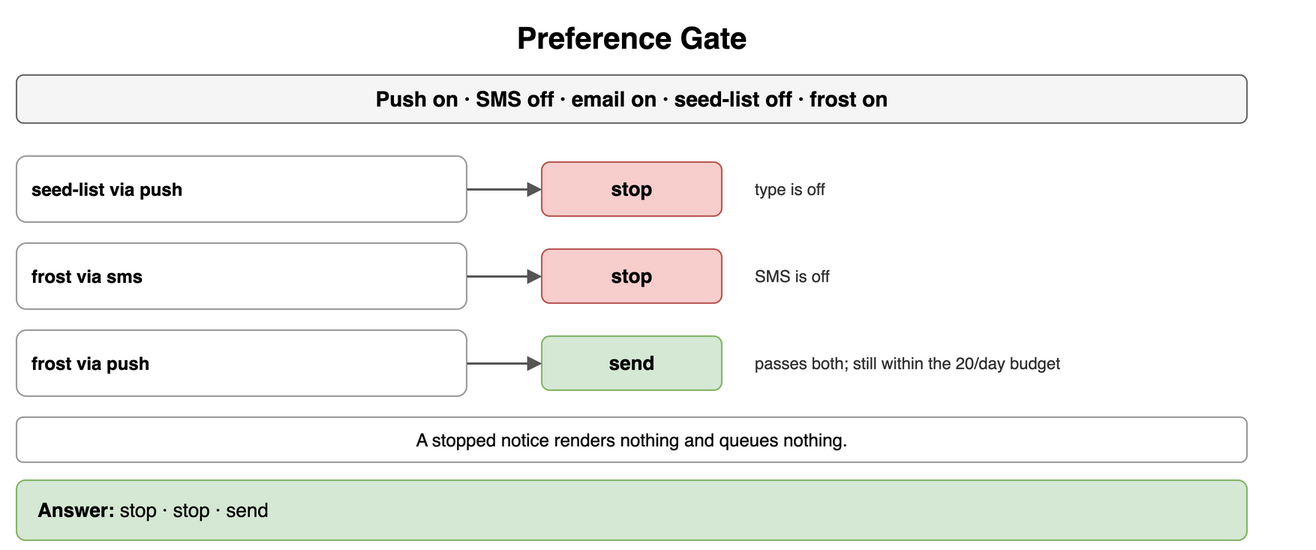
Above: content/09_System_Design_Interview/21_Real_Time_and_Notification_Systems/diagrams/notifications-drills-2-preference-gate.png in amendez13/swe-study-guide (draw.io), before the change. Source tidied: cells renumbered, new cells last; positions are measured from the earlier drawing's top-left corner, leaving out a move shared by most shapes. Its diagram source:
```xml
<mxGraphModel>
  <root>
    <mxCell id="0" />
    <mxCell id="1" parent="0" />
    <mxCell id="2" value="Preference Gate" style="text;html=1;align=center;verticalAlign=middle;whiteSpace=wrap;fontSize=20;fontStyle=1;" parent="1" vertex="1">
      <mxGeometry width="820" height="30" as="geometry" />
    </mxCell>
    <mxCell id="3" value="Push on · SMS off · email on · seed-list off · frost on" style="rounded=1;whiteSpace=wrap;html=1;fillColor=#f5f5f5;strokeColor=#666666;fontStyle=1;fontSize=14;" parent="1" vertex="1">
      <mxGeometry y="40" width="820" height="32" as="geometry" />
    </mxCell>
    <mxCell id="4" value="seed-list via push" style="rounded=1;whiteSpace=wrap;html=1;fillColor=#ffffff;strokeColor=#999999;fontSize=12;align=left;fontStyle=1;spacingLeft=8;" parent="1" vertex="1">
      <mxGeometry y="94" width="300" height="44" as="geometry" />
    </mxCell>
    <mxCell id="5" value="stop" style="rounded=1;whiteSpace=wrap;html=1;fillColor=#f8cecc;strokeColor=#b85450;fontSize=13;align=center;fontStyle=1;" parent="1" vertex="1">
      <mxGeometry x="350" y="98" width="120" height="36" as="geometry" />
    </mxCell>
    <mxCell id="6" style="endArrow=block;endSize=6;html=1;strokeWidth=1.5;strokeColor=#555555;fontSize=11;labelBackgroundColor=#ffffff;" parent="1" edge="1" source="4" target="5">
      <mxGeometry relative="1" as="geometry" />
    </mxCell>
    <mxCell id="7" value="type is off" style="text;html=1;whiteSpace=wrap;fontSize=11;align=left;verticalAlign=middle;fontSize=11;fontColor=#333333;" parent="1" vertex="1">
      <mxGeometry x="490" y="94" width="370" height="44" as="geometry" />
    </mxCell>
    <mxCell id="8" value="frost via sms" style="rounded=1;whiteSpace=wrap;html=1;fillColor=#ffffff;strokeColor=#999999;fontSize=12;align=left;fontStyle=1;spacingLeft=8;" parent="1" vertex="1">
      <mxGeometry y="152" width="300" height="44" as="geometry" />
    </mxCell>
    <mxCell id="9" value="stop" style="rounded=1;whiteSpace=wrap;html=1;fillColor=#f8cecc;strokeColor=#b85450;fontSize=13;align=center;fontStyle=1;" parent="1" vertex="1">
      <mxGeometry x="350" y="156" width="120" height="36" as="geometry" />
    </mxCell>
    <mxCell id="10" style="endArrow=block;endSize=6;html=1;strokeWidth=1.5;strokeColor=#555555;fontSize=11;labelBackgroundColor=#ffffff;" parent="1" edge="1" source="8" target="9">
      <mxGeometry relative="1" as="geometry" />
    </mxCell>
    <mxCell id="11" value="SMS is off" style="text;html=1;whiteSpace=wrap;fontSize=11;align=left;verticalAlign=middle;fontSize=11;fontColor=#333333;" parent="1" vertex="1">
      <mxGeometry x="490" y="152" width="370" height="44" as="geometry" />
    </mxCell>
    <mxCell id="12" value="frost via push" style="rounded=1;whiteSpace=wrap;html=1;fillColor=#ffffff;strokeColor=#999999;fontSize=12;align=left;fontStyle=1;spacingLeft=8;" parent="1" vertex="1">
      <mxGeometry y="210" width="300" height="44" as="geometry" />
    </mxCell>
    <mxCell id="13" value="send" style="rounded=1;whiteSpace=wrap;html=1;fillColor=#d5e8d4;strokeColor=#82b366;fontSize=13;align=center;fontStyle=1;" parent="1" vertex="1">
      <mxGeometry x="350" y="214" width="120" height="36" as="geometry" />
    </mxCell>
    <mxCell id="14" style="endArrow=block;endSize=6;html=1;strokeWidth=1.5;strokeColor=#555555;fontSize=11;labelBackgroundColor=#ffffff;" parent="1" edge="1" source="12" target="13">
      <mxGeometry relative="1" as="geometry" />
    </mxCell>
    <mxCell id="15" value="passes both; still within the 20/day budget" style="text;html=1;whiteSpace=wrap;fontSize=11;align=left;verticalAlign=middle;fontSize=11;fontColor=#333333;" parent="1" vertex="1">
      <mxGeometry x="490" y="210" width="370" height="44" as="geometry" />
    </mxCell>
    <mxCell id="16" value="A stopped notice renders nothing and queues nothing." style="rounded=1;whiteSpace=wrap;html=1;fillColor=#ffffff;strokeColor=#999999;fontSize=12;align=center;" parent="1" vertex="1">
      <mxGeometry y="268" width="820" height="30" as="geometry" />
    </mxCell>
    <mxCell id="17" value="&lt;b&gt;Answer:&lt;/b&gt; stop · stop · send" style="rounded=1;whiteSpace=wrap;html=1;fillColor=#d5e8d4;strokeColor=#82b366;fontSize=13;align=left;spacingLeft=12;" parent="1" vertex="1">
      <mxGeometry y="310" width="820" height="40" as="geometry" />
    </mxCell>
  </root>
</mxGraphModel>
```
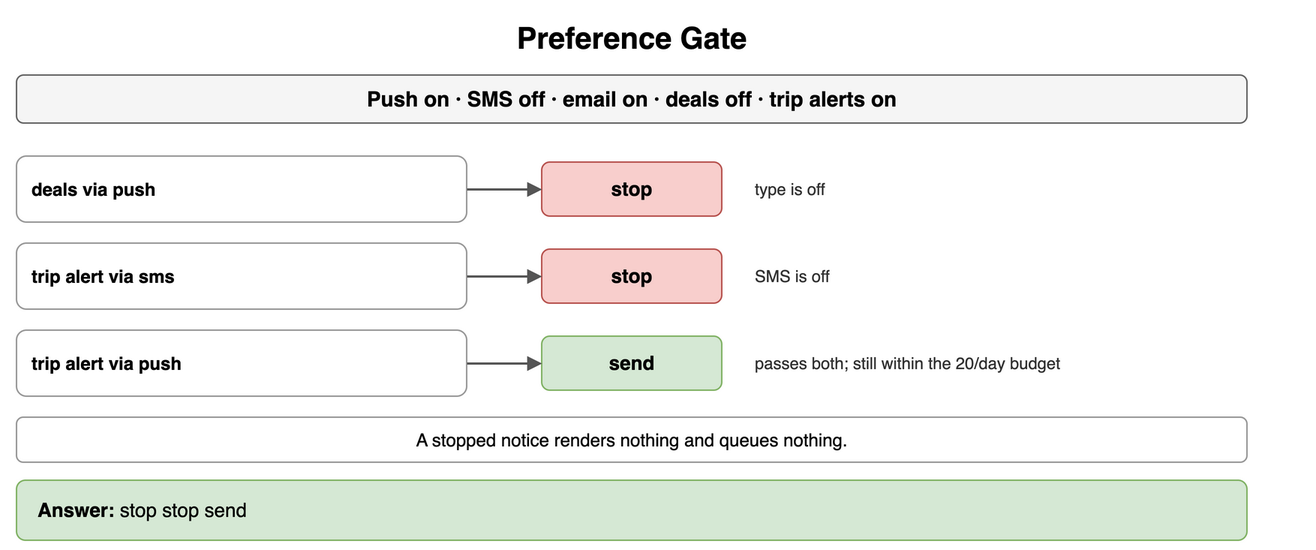
The same file after the commit.

Change to the diagram source:
```diff
@@ -5,10 +5,10 @@
     <mxCell id="2" value="Preference Gate" style="text;html=1;align=center;verticalAlign=middle;whiteSpace=wrap;fontSize=20;fontStyle=1;" parent="1" vertex="1">
       <mxGeometry width="820" height="30" as="geometry" />
     </mxCell>
-    <mxCell id="3" value="Push on · SMS off · email on · seed-list off · frost on" style="rounded=1;whiteSpace=wrap;html=1;fillColor=#f5f5f5;strokeColor=#666666;fontStyle=1;fontSize=14;" parent="1" vertex="1">
+    <mxCell id="3" value="Push on · SMS off · email on · deals off · trip alerts on" style="rounded=1;whiteSpace=wrap;html=1;fillColor=#f5f5f5;strokeColor=#666666;fontStyle=1;fontSize=14;" parent="1" vertex="1">
       <mxGeometry y="40" width="820" height="32" as="geometry" />
     </mxCell>
-    <mxCell id="4" value="seed-list via push" style="rounded=1;whiteSpace=wrap;html=1;fillColor=#ffffff;strokeColor=#999999;fontSize=12;align=left;fontStyle=1;spacingLeft=8;" parent="1" vertex="1">
+    <mxCell id="4" value="deals via push" style="rounded=1;whiteSpace=wrap;html=1;fillColor=#ffffff;strokeColor=#999999;fontSize=12;align=left;fontStyle=1;spacingLeft=8;" parent="1" vertex="1">
       <mxGeometry y="94" width="300" height="44" as="geometry" />
     </mxCell>
     <mxCell id="5" value="stop" style="rounded=1;whiteSpace=wrap;html=1;fillColor=#f8cecc;strokeColor=#b85450;fontSize=13;align=center;fontStyle=1;" parent="1" vertex="1">
@@ -20,7 +20,7 @@
     <mxCell id="7" value="type is off" style="text;html=1;whiteSpace=wrap;fontSize=11;align=left;verticalAlign=middle;fontSize=11;fontColor=#333333;" parent="1" vertex="1">
       <mxGeometry x="490" y="94" width="370" height="44" as="geometry" />
     </mxCell>
-    <mxCell id="8" value="frost via sms" style="rounded=1;whiteSpace=wrap;html=1;fillColor=#ffffff;strokeColor=#999999;fontSize=12;align=left;fontStyle=1;spacingLeft=8;" parent="1" vertex="1">
+    <mxCell id="8" value="trip alert via sms" style="rounded=1;whiteSpace=wrap;html=1;fillColor=#ffffff;strokeColor=#999999;fontSize=12;align=left;fontStyle=1;spacingLeft=8;" parent="1" vertex="1">
       <mxGeometry y="152" width="300" height="44" as="geometry" />
     </mxCell>
     <mxCell id="9" value="stop" style="rounded=1;whiteSpace=wrap;html=1;fillColor=#f8cecc;strokeColor=#b85450;fontSize=13;align=center;fontStyle=1;" parent="1" vertex="1">
@@ -32,7 +32,7 @@
     <mxCell id="11" value="SMS is off" style="text;html=1;whiteSpace=wrap;fontSize=11;align=left;verticalAlign=middle;fontSize=11;fontColor=#333333;" parent="1" vertex="1">
       <mxGeometry x="490" y="152" width="370" height="44" as="geometry" />
     </mxCell>
-    <mxCell id="12" value="frost via push" style="rounded=1;whiteSpace=wrap;html=1;fillColor=#ffffff;strokeColor=#999999;fontSize=12;align=left;fontStyle=1;spacingLeft=8;" parent="1" vertex="1">
+    <mxCell id="12" value="trip alert via push" style="rounded=1;whiteSpace=wrap;html=1;fillColor=#ffffff;strokeColor=#999999;fontSize=12;align=left;fontStyle=1;spacingLeft=8;" parent="1" vertex="1">
       <mxGeometry y="210" width="300" height="44" as="geometry" />
     </mxCell>
     <mxCell id="13" value="send" style="rounded=1;whiteSpace=wrap;html=1;fillColor=#d5e8d4;strokeColor=#82b366;fontSize=13;align=center;fontStyle=1;" parent="1" vertex="1">
@@ -47,7 +47,7 @@
     <mxCell id="16" value="A stopped notice renders nothing and queues nothing." style="rounded=1;whiteSpace=wrap;html=1;fillColor=#ffffff;strokeColor=#999999;fontSize=12;align=center;" parent="1" vertex="1">
       <mxGeometry y="268" width="820" height="30" as="geometry" />
     </mxCell>
-    <mxCell id="17" value="&lt;b&gt;Answer:&lt;/b&gt; stop · stop · send" style="rounded=1;whiteSpace=wrap;html=1;fillColor=#d5e8d4;strokeColor=#82b366;fontSize=13;align=left;spacingLeft=12;" parent="1" vertex="1">
+    <mxCell id="17" value="&lt;b&gt;Answer:&lt;/b&gt; stop stop send" style="rounded=1;whiteSpace=wrap;html=1;fillColor=#d5e8d4;strokeColor=#82b366;fontSize=13;align=left;spacingLeft=12;" parent="1" vertex="1">
       <mxGeometry y="310" width="820" height="40" as="geometry" />
     </mxCell>
   </root>
```
